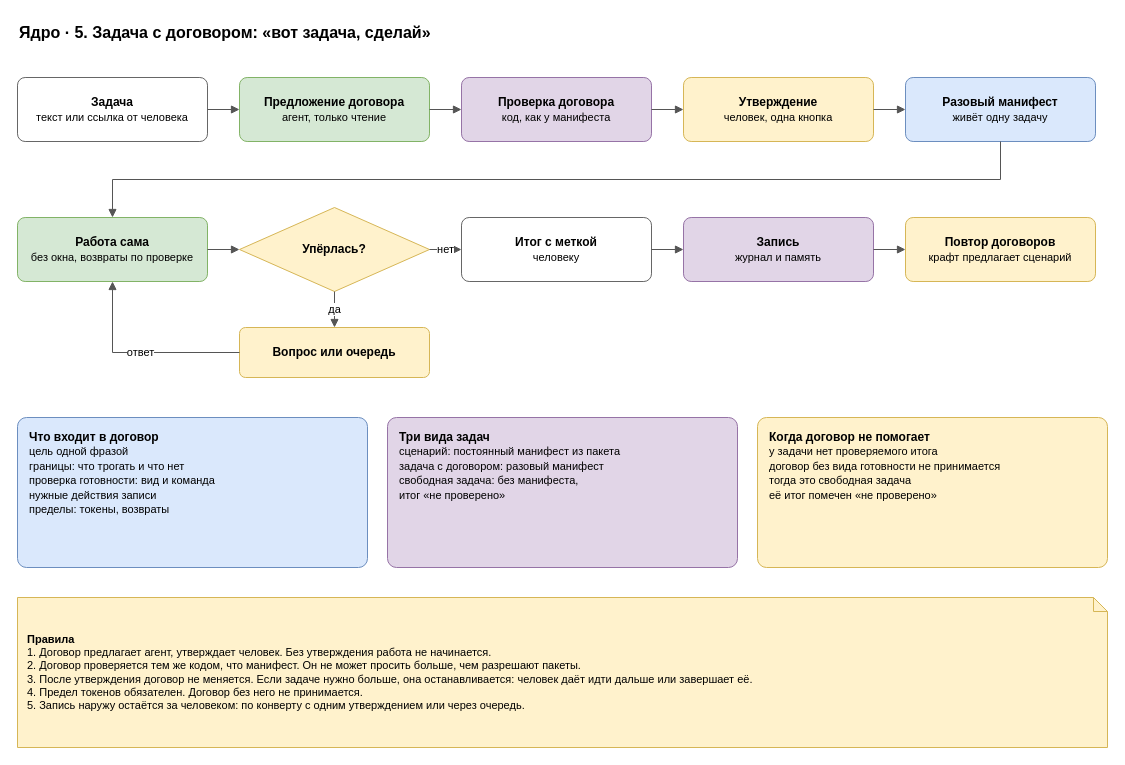
roygkov/reins keeps this draw.io diagram as page "5. Задача с договором" (5 of 7) of docs/spec/harness-core.drawio. Above is the earlier version. Source tidied: cells renumbered, new cells numbered last; positions are measured from the earlier drawing's top-left corner, leaving out a move shared by most shapes. Both pictures are drawn from the tidied source at 100%, with x=0, y=0 at pixel (17, 17).
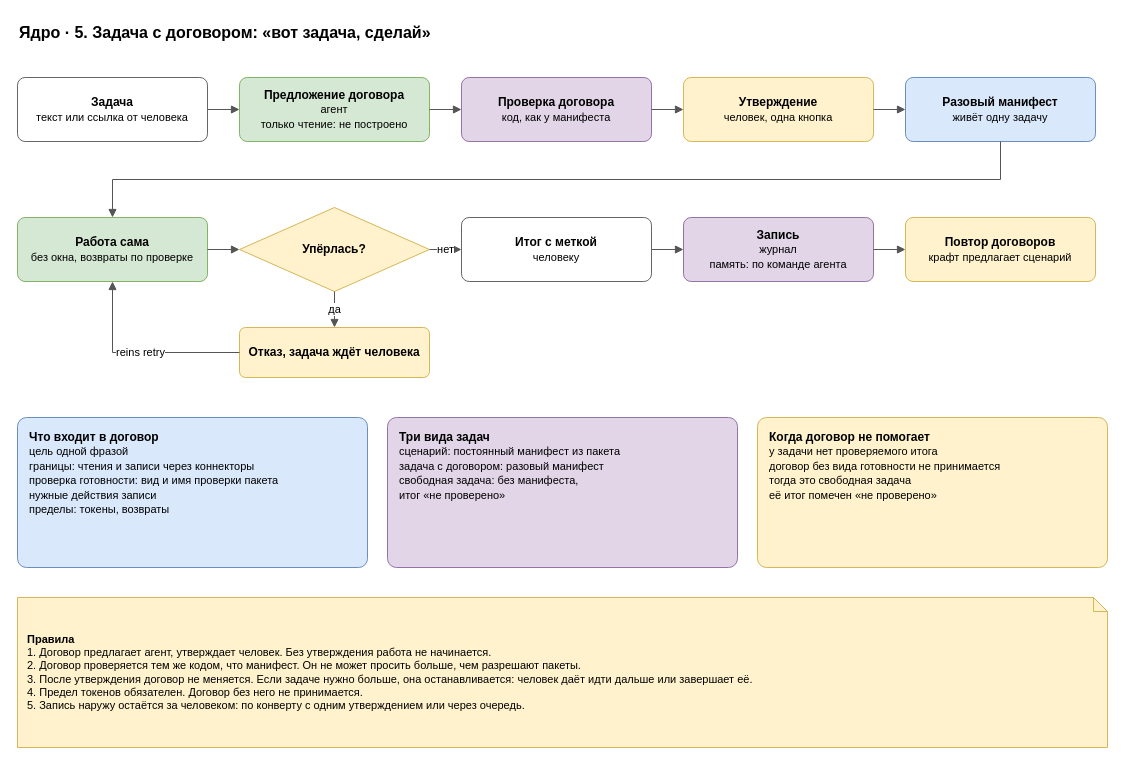
The same page after the edit.

Unchanged cells that the change refers to:
```xml
<mxCell id="12" value="&lt;b&gt;Работа сама&lt;/b&gt;&lt;br&gt;&lt;font style=&quot;font-size:11px&quot;&gt;без окна, возвраты по проверке&lt;/font&gt;" style="rounded=1;whiteSpace=wrap;html=1;fillColor=#d5e8d4;strokeColor=#82b366;arcSize=12;" parent="1" vertex="1">
  <mxGeometry y="200" width="190" height="64" as="geometry" />
</mxCell>
```

The edit, as a diff of the source:
```diff
@@
-    <mxCell id="4" value="&lt;b&gt;Предложение договора&lt;/b&gt;&lt;br&gt;&lt;font style=&quot;font-size:11px&quot;&gt;агент, только чтение&lt;/font&gt;" style="rounded=1;whiteSpace=wrap;html=1;fillColor=#d5e8d4;strokeColor=#82b366;arcSize=12;" parent="1" vertex="1">
+    <mxCell id="4" value="&lt;b&gt;Предложение договора&lt;/b&gt;&lt;br&gt;&lt;font style=&quot;font-size:11px&quot;&gt;агент&lt;br&gt;только чтение: не построено&lt;/font&gt;" style="rounded=1;whiteSpace=wrap;html=1;fillColor=#d5e8d4;strokeColor=#82b366;arcSize=12;" parent="1" vertex="1">
       <mxGeometry x="222" y="60" width="190" height="64" as="geometry" />
     </mxCell>
@@
-    <mxCell id="15" value="&lt;b&gt;Запись&lt;/b&gt;&lt;br&gt;&lt;font style=&quot;font-size:11px&quot;&gt;журнал и память&lt;/font&gt;" style="rounded=1;whiteSpace=wrap;html=1;fillColor=#e1d5e7;strokeColor=#9673a6;arcSize=12;" parent="1" vertex="1">
+    <mxCell id="15" value="&lt;b&gt;Запись&lt;/b&gt;&lt;br&gt;&lt;font style=&quot;font-size:11px&quot;&gt;журнал&lt;br&gt;память: по команде агента&lt;/font&gt;" style="rounded=1;whiteSpace=wrap;html=1;fillColor=#e1d5e7;strokeColor=#9673a6;arcSize=12;" parent="1" vertex="1">
       <mxGeometry x="666" y="200" width="190" height="64" as="geometry" />
     </mxCell>
@@
-    <mxCell id="17" value="&lt;b&gt;Вопрос или очередь&lt;/b&gt;" style="rounded=1;whiteSpace=wrap;html=1;fillColor=#fff2cc;strokeColor=#d6b656;arcSize=12;" parent="1" vertex="1">
+    <mxCell id="17" value="&lt;b&gt;Отказ, задача ждёт человека&lt;/b&gt;" style="rounded=1;whiteSpace=wrap;html=1;fillColor=#fff2cc;strokeColor=#d6b656;arcSize=12;" parent="1" vertex="1">
       <mxGeometry x="222" y="310" width="190" height="50" as="geometry" />
     </mxCell>
@@
-    <mxCell id="24" value="ответ" style="edgeStyle=orthogonalEdgeStyle;rounded=0;html=1;endArrow=block;endFill=1;strokeColor=#555555;fontSize=11;labelBackgroundColor=#ffffff;exitX=0;exitY=0.5;entryX=0.5;entryY=1;" parent="1" edge="1" source="17" target="12">
+    <mxCell id="24" value="reins retry" style="edgeStyle=orthogonalEdgeStyle;rounded=0;html=1;endArrow=block;endFill=1;strokeColor=#555555;fontSize=11;labelBackgroundColor=#ffffff;exitX=0;exitY=0.5;entryX=0.5;entryY=1;" parent="1" edge="1" source="17" target="12">
       <mxGeometry relative="1" as="geometry">
         <Array as="points">
           <mxPoint x="95" y="335" />
         </Array>
       </mxGeometry>
     </mxCell>
-    <mxCell id="25" value="&lt;b&gt;Что входит в договор&lt;/b&gt;&lt;br&gt;&lt;font style=&quot;font-size:11px&quot;&gt;цель одной фразой&lt;br&gt;границы: что трогать и что нет&lt;br&gt;проверка готовности: вид и команда&lt;br&gt;нужные действия записи&lt;br&gt;пределы: токены, возвраты&lt;/font&gt;" style="rounded=1;whiteSpace=wrap;html=1;fillColor=#dae8fc;strokeColor=#6c8ebf;arcSize=6;align=left;verticalAlign=top;spacingLeft=10;spacingTop=6;spacingRight=6;" parent="1" vertex="1">
+    <mxCell id="25" value="&lt;b&gt;Что входит в договор&lt;/b&gt;&lt;br&gt;&lt;font style=&quot;font-size:11px&quot;&gt;цель одной фразой&lt;br&gt;границы: чтения и записи через коннекторы&lt;br&gt;проверка готовности: вид и имя проверки пакета&lt;br&gt;нужные действия записи&lt;br&gt;пределы: токены, возвраты&lt;/font&gt;" style="rounded=1;whiteSpace=wrap;html=1;fillColor=#dae8fc;strokeColor=#6c8ebf;arcSize=6;align=left;verticalAlign=top;spacingLeft=10;spacingTop=6;spacingRight=6;" parent="1" vertex="1">
       <mxGeometry y="400" width="350" height="150" as="geometry" />
     </mxCell>
```
